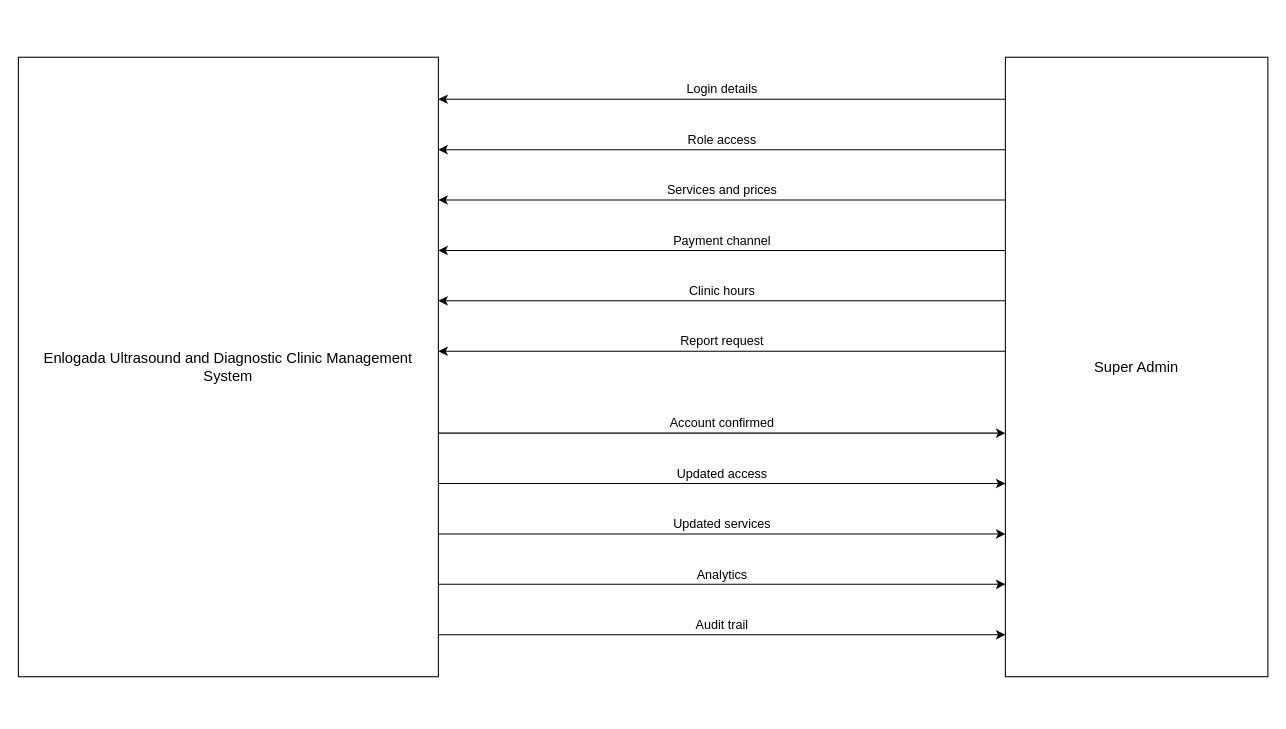
Earlier version of the draw.io diagram page "Super Admin" (2 of 9) of docs/diagrams/dfd-level0.drawio (steven23lz/Enlogada-Clinic-Management-System). Source tidied: cells renumbered, new cells numbered last; positions are measured from the earlier drawing's top-left corner, leaving out a move shared by most shapes. Both pictures are drawn from the tidied source at 105%, with x=0, y=0 at pixel (18, 57).
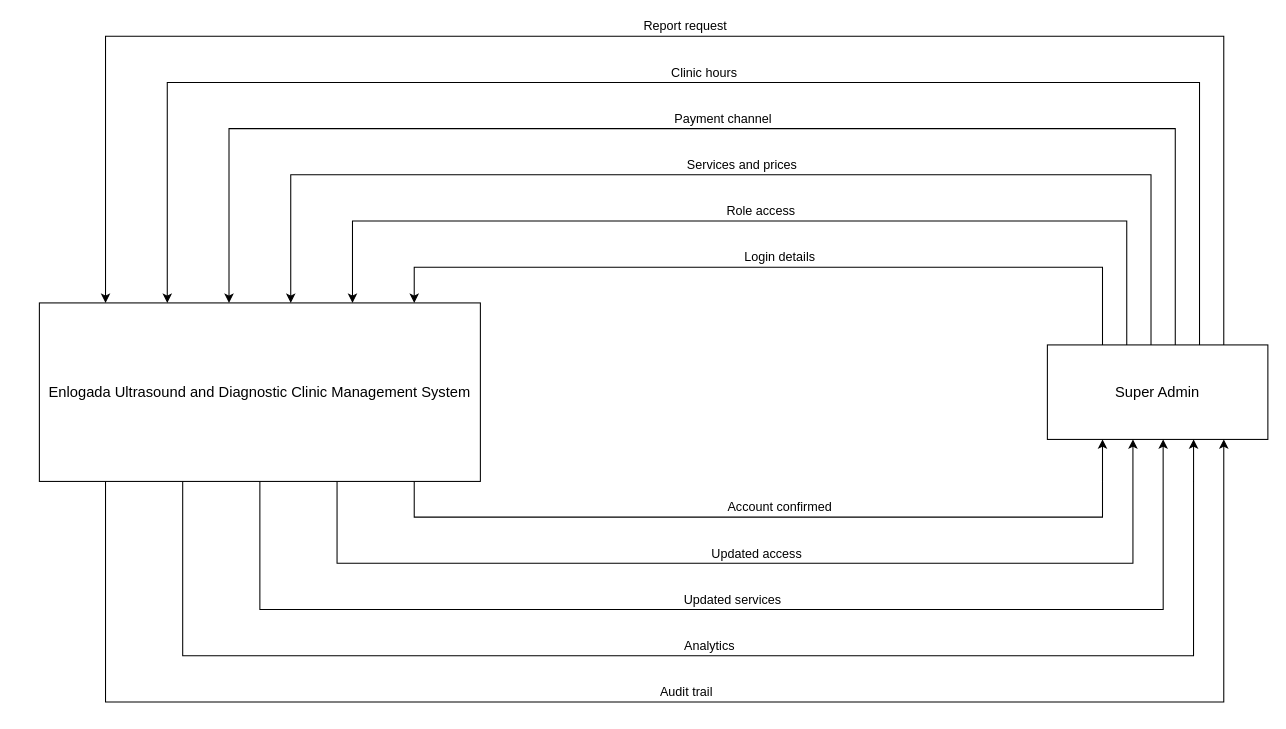
Above is the later version.

Diff of the diagram source:
```diff
@@
     <mxCell id="2" value="Enlogada Ultrasound and Diagnostic Clinic Management System" style="rounded=0;whiteSpace=wrap;html=1;verticalAlign=middle;fontFamily=Helvetica;fontSize=14;fontColor=#000000;strokeColor=#000000;" parent="1" vertex="1">
-      <mxGeometry width="400" height="590" as="geometry" />
+      <mxGeometry x="20" y="234" width="420" height="170" as="geometry" />
     </mxCell>
     <mxCell id="3" value="Super Admin" style="rounded=0;whiteSpace=wrap;html=1;fontFamily=Helvetica;fontSize=14;fontColor=#000000;strokeColor=#000000;" parent="1" vertex="1">
-      <mxGeometry x="940" width="250" height="590" as="geometry" />
+      <mxGeometry x="980" y="274" width="210" height="90" as="geometry" />
     </mxCell>
-    <mxCell id="4" value="Login details" style="edgeStyle=orthogonalEdgeStyle;rounded=0;html=1;verticalAlign=bottom;fontFamily=Helvetica;fontSize=12;fontColor=#000000;strokeColor=#000000;exitX=0;entryX=1;exitY=0.0678;exitDx=0;exitDy=0;entryY=0.0678;entryDx=0;entryDy=0;" parent="1" edge="1" source="3" target="2">
-      <mxGeometry relative="1" as="geometry" />
+    <mxCell id="4" value="Login details" style="edgeStyle=orthogonalEdgeStyle;rounded=0;html=1;verticalAlign=bottom;fontFamily=Helvetica;fontSize=12;fontColor=#000000;strokeColor=#000000;exitX=0.250;exitY=0;exitDx=0;exitDy=0;entryX=0.850;entryY=0;entryDx=0;entryDy=0;" parent="1" edge="1" source="3" target="2">
+      <mxGeometry relative="1" as="geometry">
+        <Array as="points">
+          <mxPoint x="1032.5" y="200" />
+          <mxPoint x="377" y="200" />
+        </Array>
+      </mxGeometry>
     </mxCell>
-    <mxCell id="5" value="Role access" style="edgeStyle=orthogonalEdgeStyle;rounded=0;html=1;verticalAlign=bottom;fontFamily=Helvetica;fontSize=12;fontColor=#000000;strokeColor=#000000;exitX=0;entryX=1;exitY=0.1492;exitDx=0;exitDy=0;entryY=0.1492;entryDx=0;entryDy=0;" parent="1" edge="1" source="3" target="2">
-      <mxGeometry relative="1" as="geometry" />
+    <mxCell id="5" value="Role access" style="edgeStyle=orthogonalEdgeStyle;rounded=0;html=1;verticalAlign=bottom;fontFamily=Helvetica;fontSize=12;fontColor=#000000;strokeColor=#000000;exitX=0.360;exitY=0;exitDx=0;exitDy=0;entryX=0.710;entryY=0;entryDx=0;entryDy=0;" parent="1" edge="1" source="3" target="2">
+      <mxGeometry relative="1" as="geometry">
+        <Array as="points">
+          <mxPoint x="1055.6" y="156" />
+          <mxPoint x="318.2" y="156" />
+        </Array>
+      </mxGeometry>
     </mxCell>
-    <mxCell id="6" value="Services and prices" style="edgeStyle=orthogonalEdgeStyle;rounded=0;html=1;verticalAlign=bottom;fontFamily=Helvetica;fontSize=12;fontColor=#000000;strokeColor=#000000;exitX=0;entryX=1;exitY=0.2305;exitDx=0;exitDy=0;entryY=0.2305;entryDx=0;entryDy=0;" parent="1" edge="1" source="3" target="2">
-      <mxGeometry relative="1" as="geometry" />
+    <mxCell id="6" value="Services and prices" style="edgeStyle=orthogonalEdgeStyle;rounded=0;html=1;verticalAlign=bottom;fontFamily=Helvetica;fontSize=12;fontColor=#000000;strokeColor=#000000;exitX=0.470;exitY=0;exitDx=0;exitDy=0;entryX=0.570;entryY=0;entryDx=0;entryDy=0;" parent="1" edge="1" source="3" target="2">
+      <mxGeometry relative="1" as="geometry">
+        <Array as="points">
+          <mxPoint x="1078.7" y="112" />
+          <mxPoint x="259.4" y="112" />
+        </Array>
+      </mxGeometry>
     </mxCell>
-    <mxCell id="7" value="Payment channel" style="edgeStyle=orthogonalEdgeStyle;rounded=0;html=1;verticalAlign=bottom;fontFamily=Helvetica;fontSize=12;fontColor=#000000;strokeColor=#000000;exitX=0;entryX=1;exitY=0.3119;exitDx=0;exitDy=0;entryY=0.3119;entryDx=0;entryDy=0;" parent="1" edge="1" source="3" target="2">
-      <mxGeometry relative="1" as="geometry" />
+    <mxCell id="7" value="Payment channel" style="edgeStyle=orthogonalEdgeStyle;rounded=0;html=1;verticalAlign=bottom;fontFamily=Helvetica;fontSize=12;fontColor=#000000;strokeColor=#000000;exitX=0.580;exitY=0;exitDx=0;exitDy=0;entryX=0.430;entryY=0;entryDx=0;entryDy=0;" parent="1" edge="1" source="3" target="2">
+      <mxGeometry relative="1" as="geometry">
+        <Array as="points">
+          <mxPoint x="1101.8" y="68" />
+          <mxPoint x="200.6" y="68" />
+        </Array>
+      </mxGeometry>
     </mxCell>
-    <mxCell id="8" value="Clinic hours" style="edgeStyle=orthogonalEdgeStyle;rounded=0;html=1;verticalAlign=bottom;fontFamily=Helvetica;fontSize=12;fontColor=#000000;strokeColor=#000000;exitX=0;entryX=1;exitY=0.3932;exitDx=0;exitDy=0;entryY=0.3932;entryDx=0;entryDy=0;" parent="1" edge="1" source="3" target="2">
-      <mxGeometry relative="1" as="geometry" />
+    <mxCell id="8" value="Clinic hours" style="edgeStyle=orthogonalEdgeStyle;rounded=0;html=1;verticalAlign=bottom;fontFamily=Helvetica;fontSize=12;fontColor=#000000;strokeColor=#000000;exitX=0.690;exitY=0;exitDx=0;exitDy=0;entryX=0.290;entryY=0;entryDx=0;entryDy=0;" parent="1" edge="1" source="3" target="2">
+      <mxGeometry relative="1" as="geometry">
+        <Array as="points">
+          <mxPoint x="1124.9" y="24" />
+          <mxPoint x="141.8" y="24" />
+        </Array>
+      </mxGeometry>
     </mxCell>
-    <mxCell id="9" value="Report request" style="edgeStyle=orthogonalEdgeStyle;rounded=0;html=1;verticalAlign=bottom;fontFamily=Helvetica;fontSize=12;fontColor=#000000;strokeColor=#000000;exitX=0;entryX=1;exitY=0.4746;exitDx=0;exitDy=0;entryY=0.4746;entryDx=0;entryDy=0;" parent="1" edge="1" source="3" target="2">
-      <mxGeometry relative="1" as="geometry" />
+    <mxCell id="9" value="Report request" style="edgeStyle=orthogonalEdgeStyle;rounded=0;html=1;verticalAlign=bottom;fontFamily=Helvetica;fontSize=12;fontColor=#000000;strokeColor=#000000;exitX=0.800;exitY=0;exitDx=0;exitDy=0;entryX=0.150;entryY=0;entryDx=0;entryDy=0;" parent="1" edge="1" source="3" target="2">
+      <mxGeometry relative="1" as="geometry">
+        <Array as="points">
+          <mxPoint x="1148" y="-20" />
+          <mxPoint x="83" y="-20" />
+        </Array>
+      </mxGeometry>
     </mxCell>
-    <mxCell id="10" value="Account confirmed" style="edgeStyle=orthogonalEdgeStyle;rounded=0;html=1;verticalAlign=bottom;fontFamily=Helvetica;fontSize=12;fontColor=#000000;strokeColor=#000000;exitX=1;entryX=0;exitY=0.6068;exitDx=0;exitDy=0;entryY=0.6068;entryDx=0;entryDy=0;" parent="1" edge="1" source="2" target="3">
-      <mxGeometry relative="1" as="geometry" />
+    <mxCell id="10" value="Account confirmed" style="edgeStyle=orthogonalEdgeStyle;rounded=0;html=1;verticalAlign=bottom;fontFamily=Helvetica;fontSize=12;fontColor=#000000;strokeColor=#000000;exitX=0.850;exitY=1;exitDx=0;exitDy=0;entryX=0.250;entryY=1;entryDx=0;entryDy=0;" parent="1" edge="1" source="2" target="3">
+      <mxGeometry relative="1" as="geometry">
+        <Array as="points">
+          <mxPoint x="377" y="438" />
+          <mxPoint x="1032.5" y="438" />
+        </Array>
+      </mxGeometry>
     </mxCell>
-    <mxCell id="11" value="Updated access" style="edgeStyle=orthogonalEdgeStyle;rounded=0;html=1;verticalAlign=bottom;fontFamily=Helvetica;fontSize=12;fontColor=#000000;strokeColor=#000000;exitX=1;entryX=0;exitY=0.6881;exitDx=0;exitDy=0;entryY=0.6881;entryDx=0;entryDy=0;" parent="1" edge="1" source="2" target="3">
-      <mxGeometry relative="1" as="geometry" />
+    <mxCell id="11" value="Updated access" style="edgeStyle=orthogonalEdgeStyle;rounded=0;html=1;verticalAlign=bottom;fontFamily=Helvetica;fontSize=12;fontColor=#000000;strokeColor=#000000;exitX=0.675;exitY=1;exitDx=0;exitDy=0;entryX=0.388;entryY=1;entryDx=0;entryDy=0;" parent="1" edge="1" source="2" target="3">
+      <mxGeometry relative="1" as="geometry">
+        <Array as="points">
+          <mxPoint x="303.5" y="482" />
+          <mxPoint x="1061.4" y="482" />
+        </Array>
+      </mxGeometry>
     </mxCell>
-    <mxCell id="12" value="Updated services" style="edgeStyle=orthogonalEdgeStyle;rounded=0;html=1;verticalAlign=bottom;fontFamily=Helvetica;fontSize=12;fontColor=#000000;strokeColor=#000000;exitX=1;entryX=0;exitY=0.7695;exitDx=0;exitDy=0;entryY=0.7695;entryDx=0;entryDy=0;" parent="1" edge="1" source="2" target="3">
-      <mxGeometry relative="1" as="geometry" />
+    <mxCell id="12" value="Updated services" style="edgeStyle=orthogonalEdgeStyle;rounded=0;html=1;verticalAlign=bottom;fontFamily=Helvetica;fontSize=12;fontColor=#000000;strokeColor=#000000;exitX=0.500;exitY=1;exitDx=0;exitDy=0;entryX=0.525;entryY=1;entryDx=0;entryDy=0;" parent="1" edge="1" source="2" target="3">
+      <mxGeometry relative="1" as="geometry">
+        <Array as="points">
+          <mxPoint x="230" y="526" />
+          <mxPoint x="1090.2" y="526" />
+        </Array>
+      </mxGeometry>
     </mxCell>
-    <mxCell id="13" value="Analytics" style="edgeStyle=orthogonalEdgeStyle;rounded=0;html=1;verticalAlign=bottom;fontFamily=Helvetica;fontSize=12;fontColor=#000000;strokeColor=#000000;exitX=1;entryX=0;exitY=0.8508;exitDx=0;exitDy=0;entryY=0.8508;entryDx=0;entryDy=0;" parent="1" edge="1" source="2" target="3">
-      <mxGeometry relative="1" as="geometry" />
+    <mxCell id="13" value="Analytics" style="edgeStyle=orthogonalEdgeStyle;rounded=0;html=1;verticalAlign=bottom;fontFamily=Helvetica;fontSize=12;fontColor=#000000;strokeColor=#000000;exitX=0.325;exitY=1;exitDx=0;exitDy=0;entryX=0.663;entryY=1;entryDx=0;entryDy=0;" parent="1" edge="1" source="2" target="3">
+      <mxGeometry relative="1" as="geometry">
+        <Array as="points">
+          <mxPoint x="156.5" y="570" />
+          <mxPoint x="1119.1" y="570" />
+        </Array>
+      </mxGeometry>
     </mxCell>
-    <mxCell id="14" value="Audit trail" style="edgeStyle=orthogonalEdgeStyle;rounded=0;html=1;verticalAlign=bottom;fontFamily=Helvetica;fontSize=12;fontColor=#000000;strokeColor=#000000;exitX=1;entryX=0;exitY=0.9322;exitDx=0;exitDy=0;entryY=0.9322;entryDx=0;entryDy=0;" parent="1" edge="1" source="2" target="3">
-      <mxGeometry relative="1" as="geometry" />
+    <mxCell id="14" value="Audit trail" style="edgeStyle=orthogonalEdgeStyle;rounded=0;html=1;verticalAlign=bottom;fontFamily=Helvetica;fontSize=12;fontColor=#000000;strokeColor=#000000;exitX=0.150;exitY=1;exitDx=0;exitDy=0;entryX=0.800;entryY=1;entryDx=0;entryDy=0;" parent="1" edge="1" source="2" target="3">
+      <mxGeometry relative="1" as="geometry">
+        <Array as="points">
+          <mxPoint x="83" y="614" />
+          <mxPoint x="1148" y="614" />
+        </Array>
+      </mxGeometry>
     </mxCell>
```
